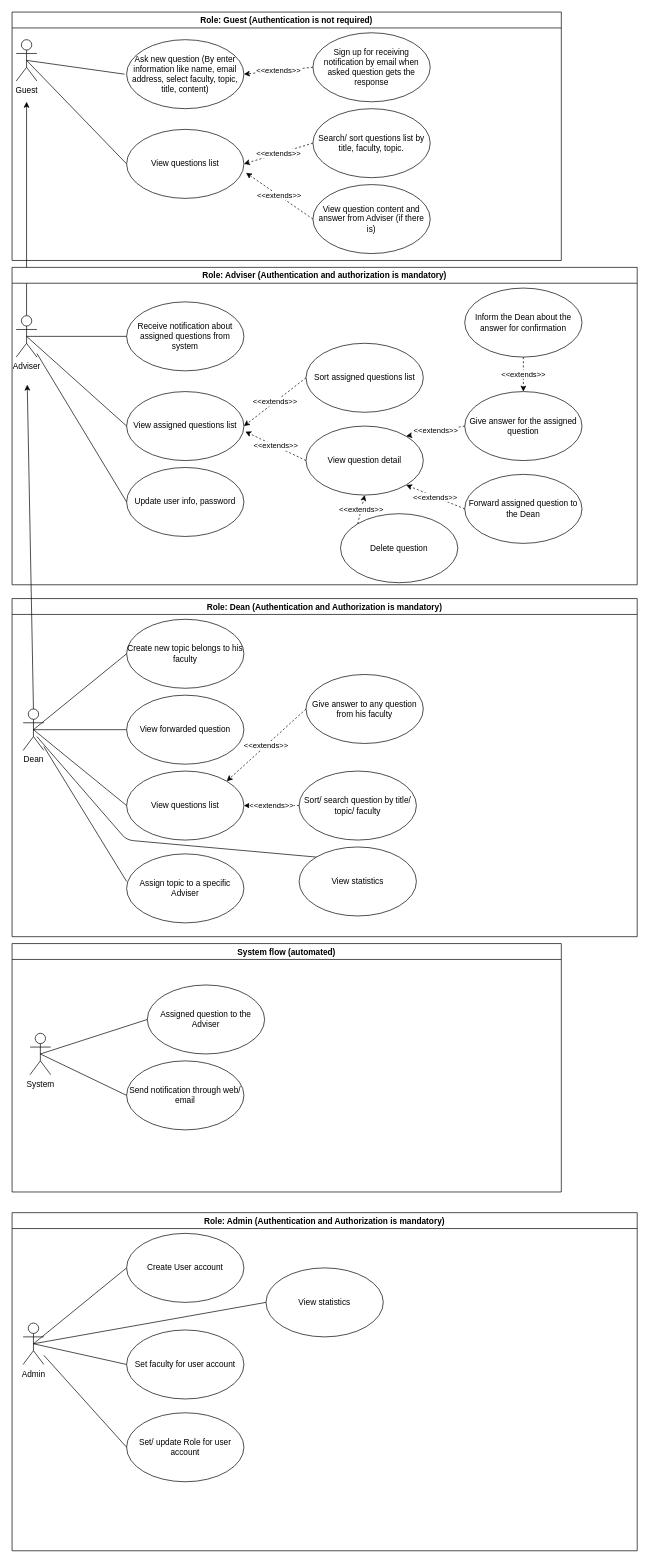
This is page "Page-1" (1 of 2) of TLCN.drawio from lvtute/all-in-1, a draw.io file, before an edit. Source tidied: cells renumbered, new cells numbered last; positions are measured from the earlier drawing's top-left corner, leaving out a move shared by most shapes. Both pictures are drawn from the tidied source at 69%, with x=0, y=0 at pixel (12, 12).
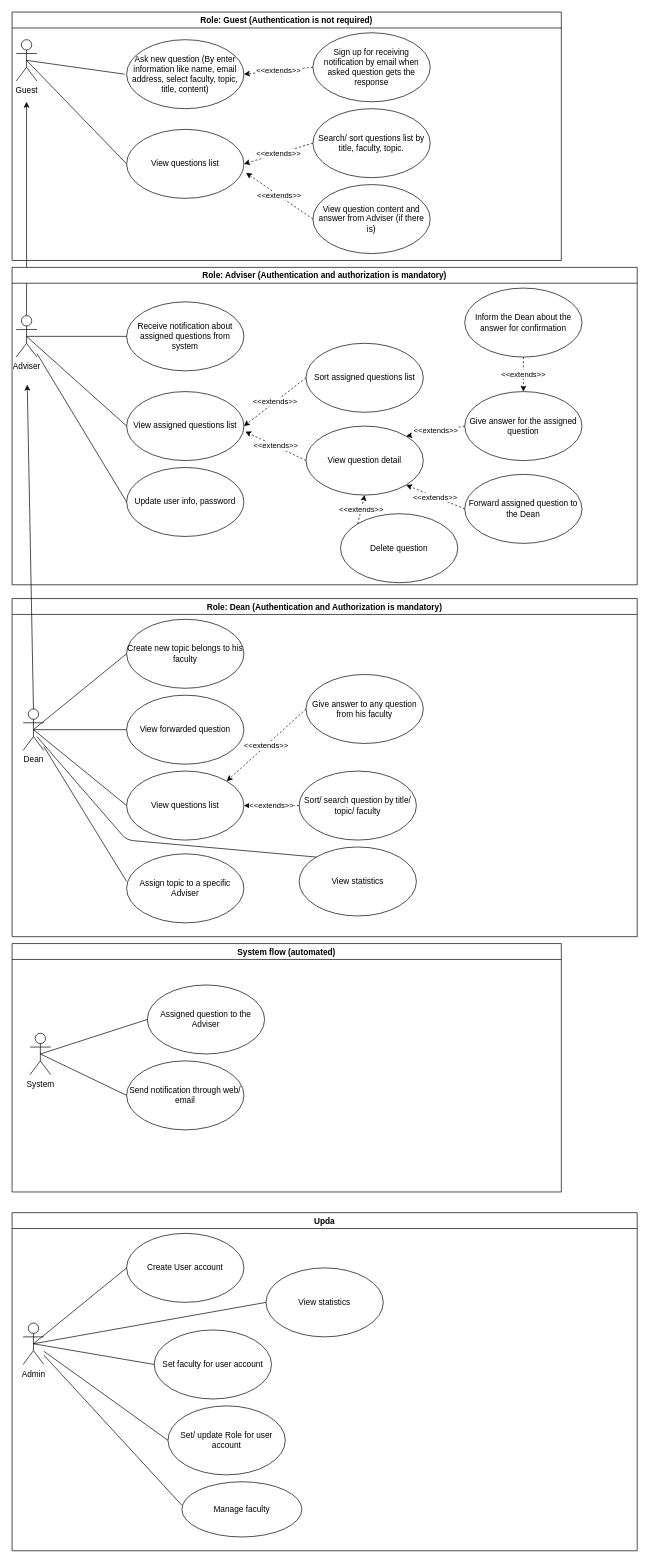
The same diagram, later.

The change refers to these unchanged cells:
```xml
<mxCell id="59" value="Admin" style="shape=umlActor;verticalLabelPosition=bottom;verticalAlign=top;html=1;outlineConnect=0;" parent="57" vertex="1">
  <mxGeometry x="16" y="160" width="30" height="60" as="geometry" />
</mxCell>
```

What changed in the source:
```diff
@@
-    <mxCell id="57" value="Role: Admin (Authentication and Authorization is mandatory)" style="swimlane;" parent="1" vertex="1">
+    <mxCell id="57" value="Upda" style="swimlane;" parent="1" vertex="1">
       <mxGeometry y="1740" width="906" height="490" as="geometry" />
     </mxCell>
@@
     <mxCell id="61" value="Set faculty for user account" style="ellipse;whiteSpace=wrap;html=1;" parent="57" vertex="1">
-      <mxGeometry x="166" y="170" width="170" height="100" as="geometry" />
+      <mxGeometry x="206" y="170" width="170" height="100" as="geometry" />
     </mxCell>
     <mxCell id="62" value="Set/ update Role for user account" style="ellipse;whiteSpace=wrap;html=1;" parent="57" vertex="1">
-      <mxGeometry x="166" y="290" width="170" height="100" as="geometry" />
+      <mxGeometry x="226" y="280" width="170" height="100" as="geometry" />
     </mxCell>
@@
+    <mxCell id="68" value="Manage faculty" style="ellipse;whiteSpace=wrap;html=1;" parent="57" vertex="1">
+      <mxGeometry x="246" y="390" width="174" height="80" as="geometry" />
+    </mxCell>
+    <mxCell id="69" style="endArrow=none;html=1;exitX=0;exitY=0.425;exitDx=0;exitDy=0;exitPerimeter=0;" parent="57" edge="1" source="68" target="59">
+      <mxGeometry relative="1" as="geometry" />
+    </mxCell>
```
